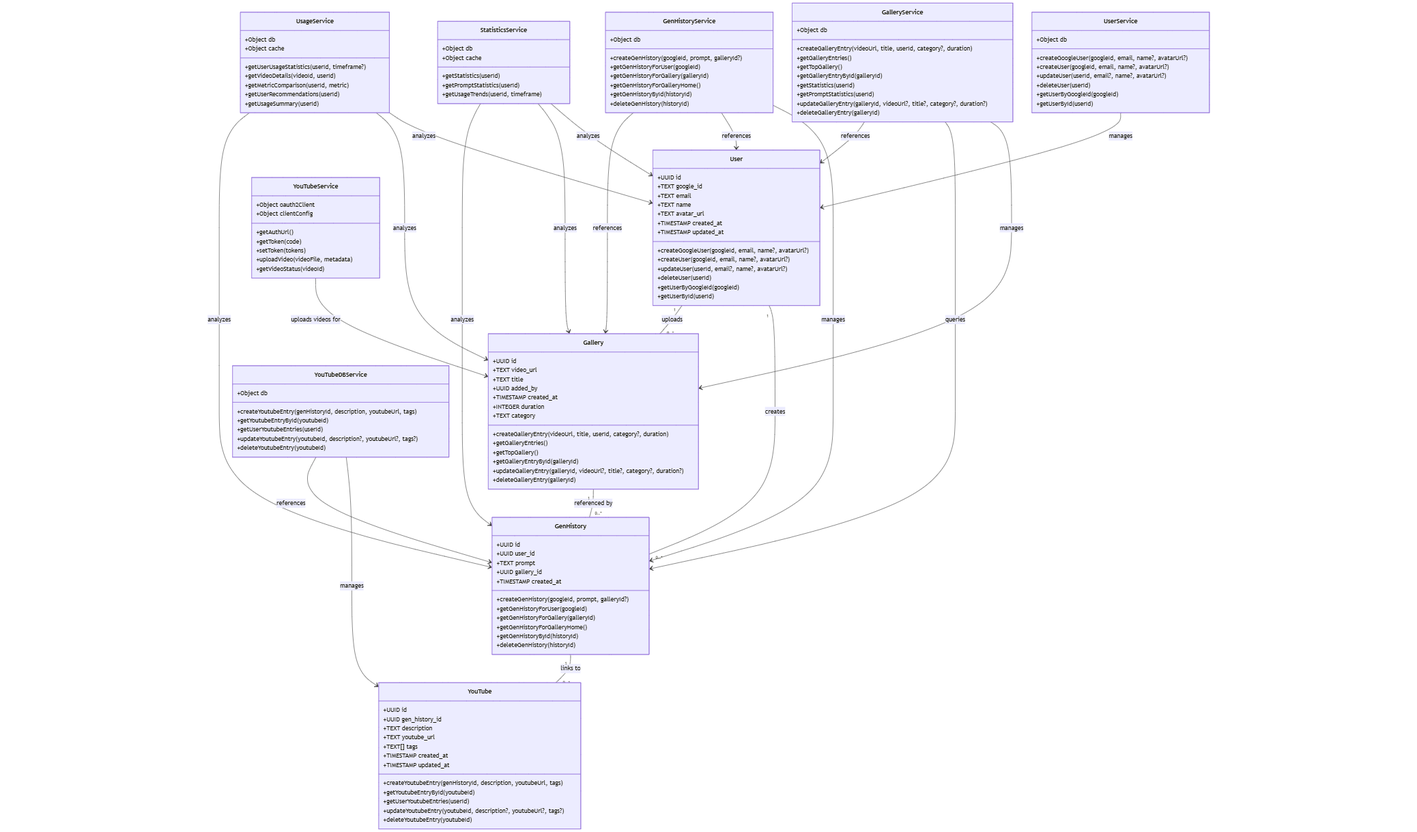
This is diagram/class_diagram_web.png from anhhuy007/ai-video-generator, a Mermaid export, as it was before one commit. Its source is kept beside it as diagram/class_diagram_web.mmd.
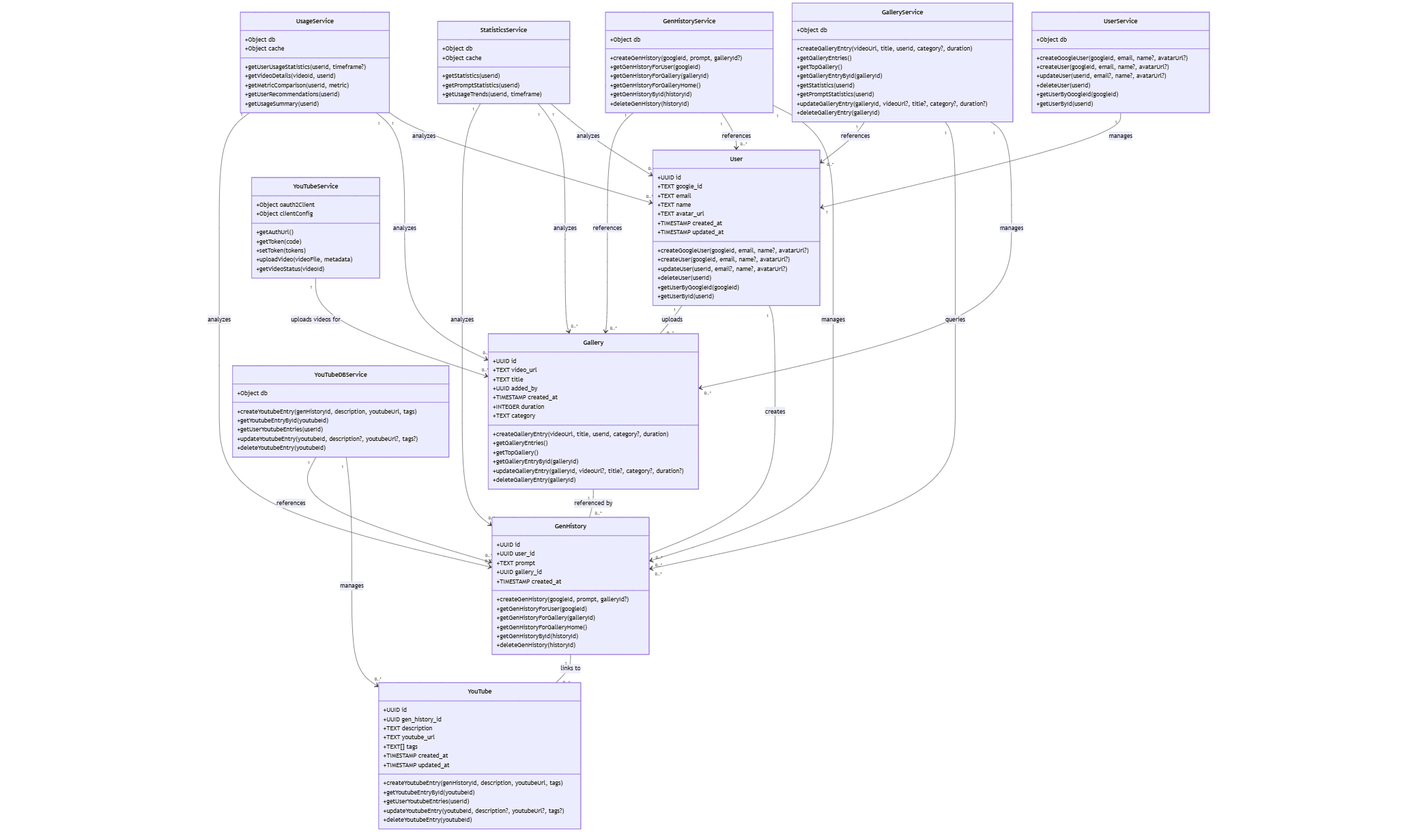
After the commit.

Commit message:
fix: class diagram web

What changed in the source:
```diff
@@ -134,19 +134,19 @@
     Gallery "1" -- "0..*" GenHistory : referenced by
     GenHistory "1" -- "0..1" YouTube : links to
 
-    UserService --> User : manages
-    GalleryService --> Gallery : manages
-    GalleryService --> GenHistory : queries
-    GalleryService --> User : references
-    GenHistoryService --> GenHistory : manages
-    GenHistoryService --> User : references
-    GenHistoryService --> Gallery : references
-    StatisticsService --> User : analyzes
-    StatisticsService --> Gallery : analyzes
-    StatisticsService --> GenHistory : analyzes
-    UsageService --> User : analyzes
-    UsageService --> Gallery : analyzes
-    UsageService --> GenHistory : analyzes
-    YouTubeService --> Gallery : uploads videos for
-    YouTubeDBService --> YouTube : manages
-    YouTubeDBService --> GenHistory : references
+    UserService "1" --> "1" User : manages
+    GalleryService "1" --> "0..*" Gallery : manages
+    GalleryService "1" --> "0..*" GenHistory : queries
+    GalleryService "1" --> "0..*" User : references
+    GenHistoryService "1" --> "0..*" GenHistory : manages
+    GenHistoryService "1" --> "0..*" User : references
+    GenHistoryService "1" --> "0..*" Gallery : references
+    StatisticsService "1" --> "0..*" User : analyzes
+    StatisticsService "1" --> "0..*" Gallery : analyzes
+    StatisticsService "1" --> "0..*" GenHistory : analyzes
+    UsageService "1" --> "0..*" User : analyzes
+    UsageService "1" --> "0..*" Gallery : analyzes
+    UsageService "1" --> "0..*" GenHistory : analyzes
+    YouTubeService "1" --> "0..*" Gallery : uploads videos for
+    YouTubeDBService "1" --> "0..*" YouTube : manages
+    YouTubeDBService "1" --> "0..*" GenHistory : references
```
